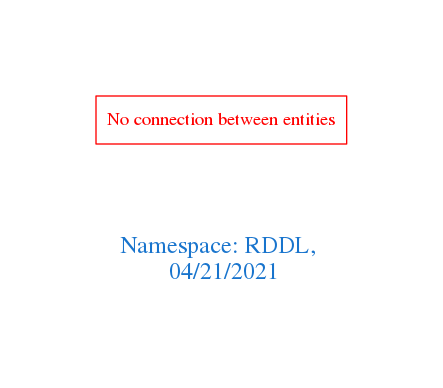
Earlier version of the Graphviz export downloads/RDDL.png (arago/OGIT). Its source is kept beside it as downloads/RDDL.dot.
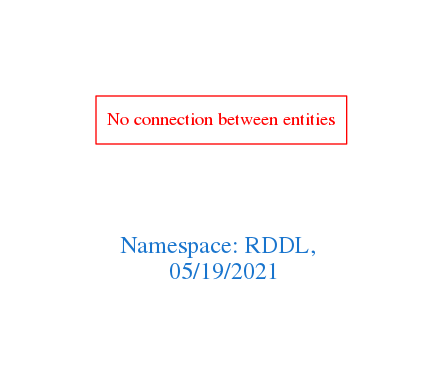
The same diagram one commit later.

The edit, as a diff of the source:
```diff
@@ -1,7 +1,7 @@
 digraph OGIT_ontology {
  graph [ rankdir= LR,pad=1
 fontsize = 18,
-fontcolor= dodgerblue3,label = "\n\n\nNamespace: RDDL, \n 04/21/2021"];
+fontcolor= dodgerblue3,label = "\n\n\nNamespace: RDDL, \n 05/19/2021"];
 node[shape=polygon];
 edge [  color="gray81"];
 
```
